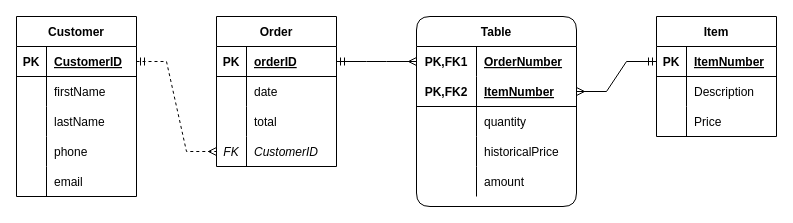
This is ERDs/Untitled Diagram.drawio from sammiroy/SQLStudies, a draw.io file, before an edit. Source tidied: cells renumbered, new cells numbered last; positions are measured from the earlier drawing's top-left corner, leaving out a move shared by most shapes. Both pictures are drawn from the tidied source at 100%, with x=0, y=0 at pixel (16, 16).
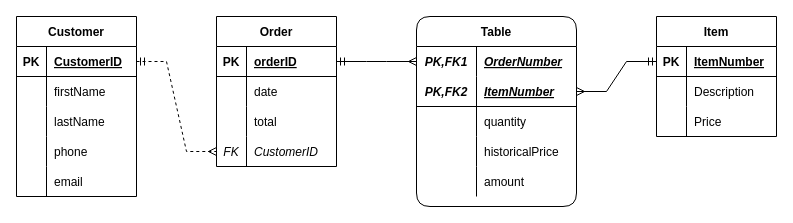
Above is the later version.

The change refers to these unchanged cells:
```xml
<mxCell id="42" style="shape=tableRow;horizontal=0;startSize=0;swimlaneHead=0;swimlaneBody=0;fillColor=none;points=[[0,0.5],[1,0.5]];portConstraint=eastwest;top=0;left=0;right=0;bottom=0;" parent="41" vertex="1">
  <mxGeometry y="30" width="160" height="30" as="geometry" />
</mxCell>
<mxCell id="45" style="shape=tableRow;horizontal=0;startSize=0;swimlaneHead=0;swimlaneBody=0;fillColor=none;points=[[0,0.5],[1,0.5]];portConstraint=eastwest;top=0;left=0;right=0;bottom=1;" parent="41" vertex="1">
  <mxGeometry y="60" width="160" height="30" as="geometry" />
</mxCell>
```

Change to the diagram source:
```diff
@@
-    <mxCell id="43" value="PK,FK1" style="shape=partialRectangle;fillColor=none;top=0;left=0;bottom=0;right=0;fontStyle=1;overflow=hidden;" parent="42" vertex="1">
+    <mxCell id="43" value="PK,FK1" style="shape=partialRectangle;fillColor=none;top=0;left=0;bottom=0;right=0;fontStyle=3;overflow=hidden;" parent="42" vertex="1">
       <mxGeometry width="60" height="30" as="geometry" />
     </mxCell>
-    <mxCell id="44" value="OrderNumber" style="shape=partialRectangle;fillColor=none;top=0;left=0;bottom=0;right=0;align=left;spacingLeft=6;fontStyle=5;overflow=hidden;" parent="42" vertex="1">
+    <mxCell id="44" value="OrderNumber" style="shape=partialRectangle;fillColor=none;top=0;left=0;bottom=0;right=0;align=left;spacingLeft=6;fontStyle=7;overflow=hidden;" parent="42" vertex="1">
       <mxGeometry x="60" width="100" height="30" as="geometry" />
     </mxCell>
@@
-    <mxCell id="46" value="PK,FK2" style="shape=partialRectangle;fillColor=none;top=0;left=0;bottom=0;right=0;fontStyle=1;overflow=hidden;" parent="45" vertex="1">
+    <mxCell id="46" value="PK,FK2" style="shape=partialRectangle;fillColor=none;top=0;left=0;bottom=0;right=0;fontStyle=3;overflow=hidden;" parent="45" vertex="1">
       <mxGeometry width="60" height="30" as="geometry" />
     </mxCell>
-    <mxCell id="47" value="ItemNumber" style="shape=partialRectangle;fillColor=none;top=0;left=0;bottom=0;right=0;align=left;spacingLeft=6;fontStyle=5;overflow=hidden;" parent="45" vertex="1">
+    <mxCell id="47" value="ItemNumber" style="shape=partialRectangle;fillColor=none;top=0;left=0;bottom=0;right=0;align=left;spacingLeft=6;fontStyle=7;overflow=hidden;" parent="45" vertex="1">
       <mxGeometry x="60" width="100" height="30" as="geometry" />
     </mxCell>
```
